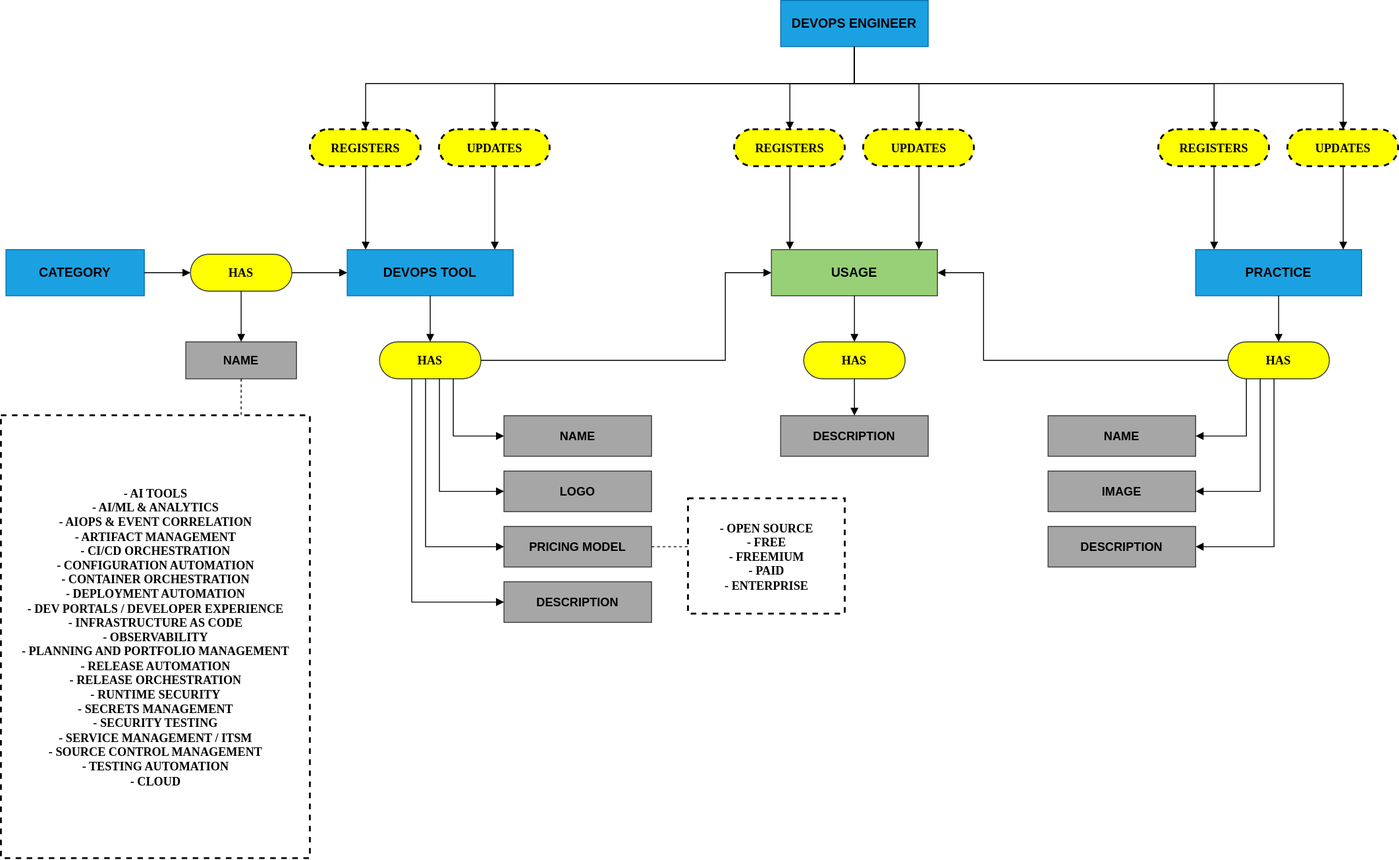
sromerop01/DevOpsTool keeps this draw.io diagram as docs/esquema-preconceptual.svg. Above is the earlier version. Source tidied: cells renumbered, new cells last; positions are measured from the earlier drawing's top-left corner, leaving out a move shared by most shapes.
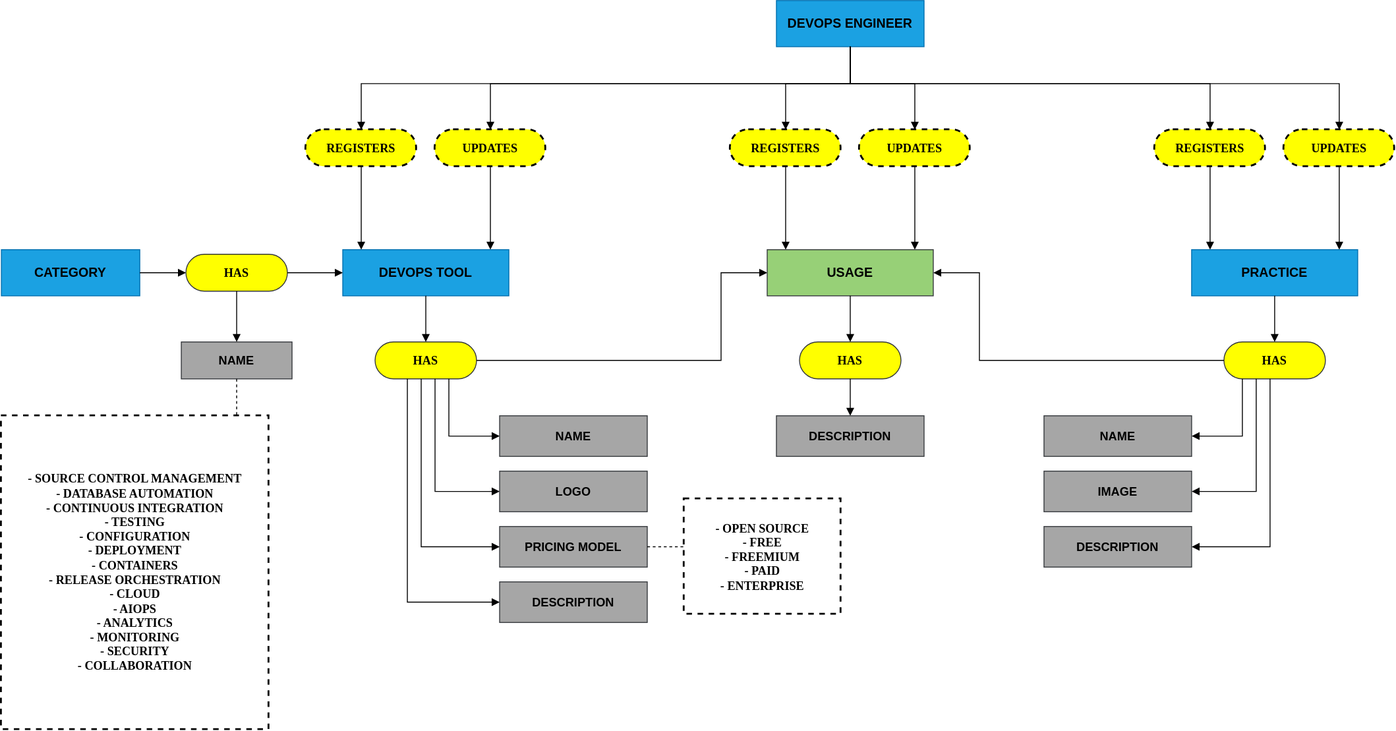
Above is the later version.

Diff of the diagram source:
```diff
@@ -41,8 +41,8 @@
     <mxCell id="14" value="NAME" style="rounded=0;whiteSpace=wrap;html=1;fillColor=#A6A6A6;strokeColor=#36393D;fontColor=#000000;fontStyle=1;fontSize=13;fontFamily=Helvetica;" parent="1" vertex="1">
       <mxGeometry x="200" y="370" width="120" height="40" as="geometry" />
     </mxCell>
-    <mxCell id="15" value="- AI TOOLS&lt;br&gt;- AI/ML &amp;amp; ANALYTICS&lt;br&gt;- AIOPS &amp;amp; EVENT CORRELATION&lt;br&gt;- ARTIFACT MANAGEMENT&lt;br&gt;- CI/CD ORCHESTRATION&lt;br&gt;- CONFIGURATION AUTOMATION&lt;br&gt;- CONTAINER ORCHESTRATION&lt;br&gt;- DEPLOYMENT AUTOMATION&lt;br&gt;- DEV PORTALS / DEVELOPER EXPERIENCE&lt;br&gt;- INFRASTRUCTURE AS CODE&lt;br&gt;- OBSERVABILITY&lt;br&gt;- PLANNING AND PORTFOLIO MANAGEMENT&lt;br&gt;- RELEASE AUTOMATION&lt;br&gt;- RELEASE ORCHESTRATION&lt;br&gt;- RUNTIME SECURITY&lt;br&gt;- SECRETS MANAGEMENT&lt;br&gt;- SECURITY TESTING&lt;br&gt;- SERVICE MANAGEMENT / ITSM&lt;br&gt;- SOURCE CONTROL MANAGEMENT&lt;br&gt;- TESTING AUTOMATION&lt;br&gt;- CLOUD" style="rounded=0;whiteSpace=wrap;html=1;fillColor=none;strokeColor=#000000;fontColor=#000000;dashed=1;strokeWidth=2;fontStyle=1;fontSize=13;fontFamily=Times New Roman;align=center;verticalAlign=middle;" parent="1" vertex="1">
-      <mxGeometry y="450" width="335" height="480" as="geometry" />
+    <mxCell id="15" value="- SOURCE CONTROL MANAGEMENT&lt;br&gt;- DATABASE AUTOMATION&lt;br&gt;- CONTINUOUS INTEGRATION&lt;br&gt;- TESTING&lt;br&gt;- CONFIGURATION&lt;br&gt;- DEPLOYMENT&lt;br&gt;- CONTAINERS&lt;br&gt;- RELEASE ORCHESTRATION&lt;br&gt;- CLOUD&lt;br&gt;- AIOPS&lt;br&gt;- ANALYTICS&lt;br&gt;- MONITORING&lt;br&gt;- SECURITY&lt;br&gt;- COLLABORATION" style="rounded=0;whiteSpace=wrap;html=1;fillColor=none;strokeColor=#000000;fontColor=#000000;dashed=1;strokeWidth=2;fontStyle=1;fontSize=13;fontFamily=Times New Roman;align=center;verticalAlign=middle;" parent="1" vertex="1">
+      <mxGeometry x="5" y="450" width="290" height="340" as="geometry" />
     </mxCell>
     <mxCell id="16" value="HAS" style="rounded=1;arcSize=50;whiteSpace=wrap;html=1;fillColor=#FFFF00;strokeColor=#36393D;fontColor=#000000;fontStyle=1;fontSize=13;fontFamily=Times New Roman;" parent="1" vertex="1">
       <mxGeometry x="410" y="370" width="110" height="40" as="geometry" />
@@ -155,7 +155,7 @@
     <mxCell id="42" style="endArrow=block;endFill=1;html=1;rounded=0;strokeColor=#000000;exitX=0.5000;exitY=1.0000;exitDx=0;exitDy=0;entryX=0.5000;entryY=0.0000;entryDx=0;entryDy=0;" parent="1" edge="1" source="13" target="14">
       <mxGeometry relative="1" as="geometry" />
     </mxCell>
-    <mxCell id="43" style="endArrow=none;html=1;rounded=0;dashed=1;strokeColor=#000000;exitX=0.5000;exitY=1.0000;exitDx=0;exitDy=0;entryX=0.7761;entryY=0.0000;entryDx=0;entryDy=0;" parent="1" edge="1" source="14" target="15">
+    <mxCell id="43" style="endArrow=none;html=1;rounded=0;dashed=1;strokeColor=#000000;exitX=0.5000;exitY=1.0000;exitDx=0;exitDy=0;entryX=0.8793;entryY=0.0000;entryDx=0;entryDy=0;" parent="1" edge="1" source="14" target="15">
       <mxGeometry relative="1" as="geometry" />
     </mxCell>
     <mxCell id="44" style="endArrow=block;endFill=1;html=1;rounded=0;strokeColor=#000000;exitX=0.5000;exitY=1.0000;exitDx=0;exitDy=0;entryX=0.5000;entryY=0.0000;entryDx=0;entryDy=0;" parent="1" edge="1" source="9" target="16">
```
